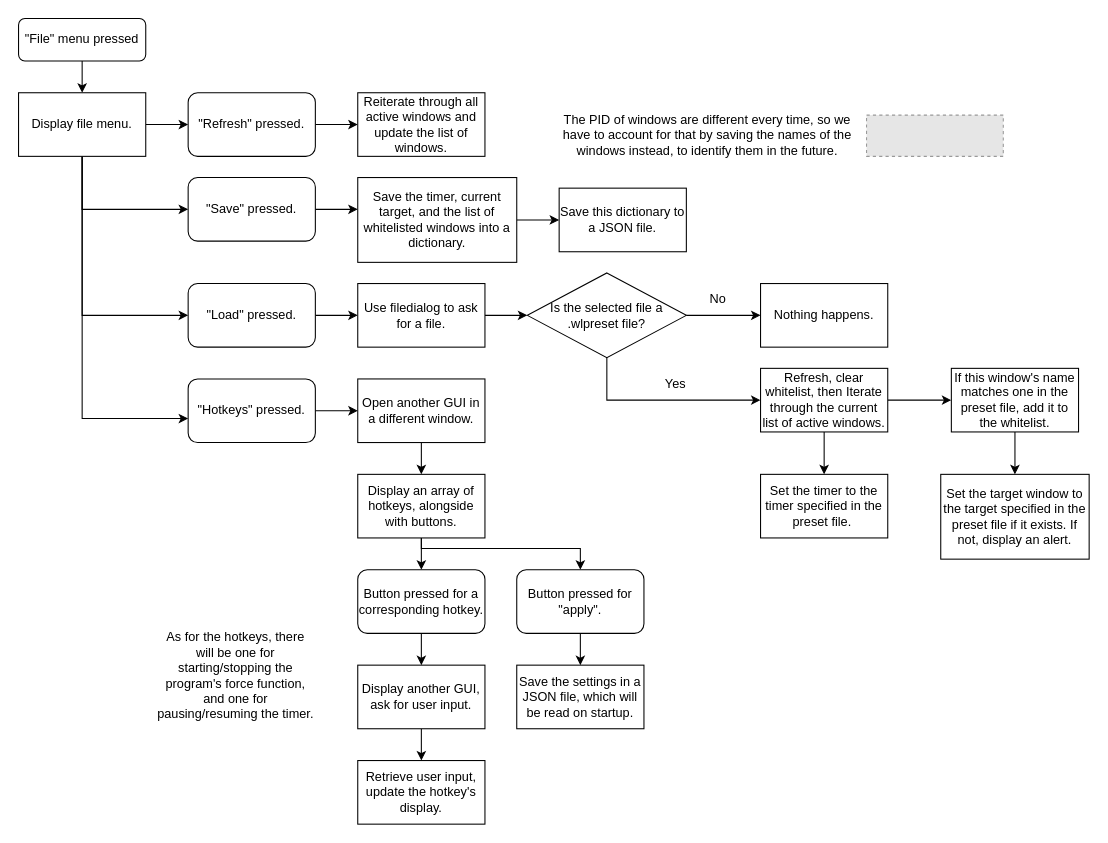
The draw.io diagram 91906-907 Flowchart Iteration 3.drawio in OveralZ/AS916-907, before the edit. Source tidied: cells renumbered, new cells numbered last; positions are measured from the earlier drawing's top-left corner, leaving out a move shared by most shapes. Both pictures are drawn from the tidied source at 106%, with x=0, y=0 at pixel (18, 18). Pictures stored in the file or linked from it are replaced by grey dashed boxes.
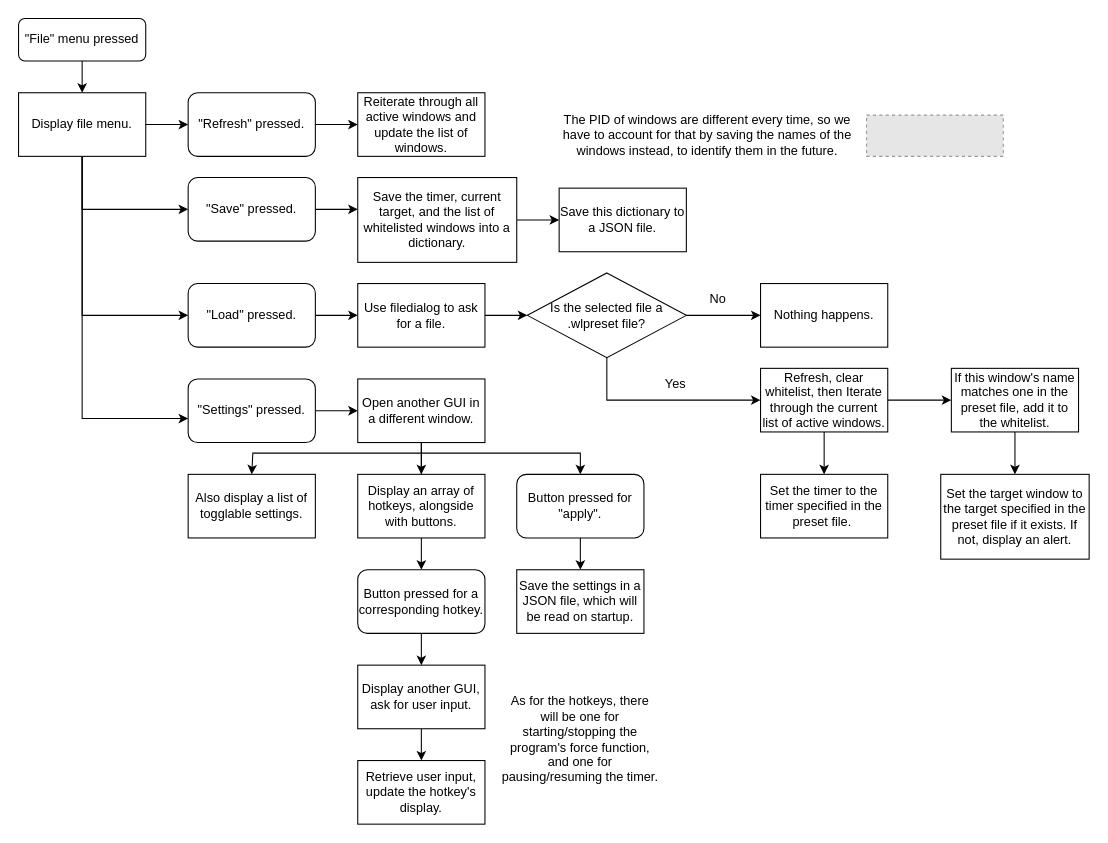
Above is the later version.

Unchanged cells that the change refers to:
```xml
<mxCell id="39" value="Open another GUI in a different window." style="rounded=0;whiteSpace=wrap;html=1;" parent="1" vertex="1">
  <mxGeometry x="320" y="340" width="120" height="60" as="geometry" />
</mxCell>
<mxCell id="42" value="Display an array of hotkeys, alongside with buttons." style="whiteSpace=wrap;html=1;rounded=0;" parent="1" vertex="1">
  <mxGeometry x="320" y="430" width="120" height="60" as="geometry" />
</mxCell>
```

Change to the diagram source:
```diff
@@
-    <mxCell id="37" value="&quot;Hotkeys&quot; pressed." style="rounded=1;whiteSpace=wrap;html=1;" parent="1" vertex="1">
+    <mxCell id="37" value="&quot;Settings&quot; pressed." style="rounded=1;whiteSpace=wrap;html=1;" parent="1" vertex="1">
       <mxGeometry x="160" y="340" width="120" height="60" as="geometry" />
     </mxCell>
@@
+    <mxCell id="52" style="edgeStyle=orthogonalEdgeStyle;rounded=0;jettySize=auto;html=1;exitX=0.5;exitY=1;exitDx=0;exitDy=0;" parent="1" edge="1" source="39">
+      <mxGeometry relative="1" as="geometry">
+        <mxPoint x="220" y="430" as="targetPoint" />
+        <Array as="points">
+          <mxPoint x="380" y="410" />
+          <mxPoint x="221" y="410" />
+        </Array>
+      </mxGeometry>
+    </mxCell>
@@
     <mxCell id="41" style="edgeStyle=orthogonalEdgeStyle;rounded=0;jettySize=auto;html=1;exitX=0.5;exitY=1;exitDx=0;exitDy=0;entryX=0.5;entryY=0;entryDx=0;entryDy=0;" parent="1" edge="1" source="42" target="49">
       <mxGeometry relative="1" as="geometry">
         <Array as="points">
-          <mxPoint x="380" y="500" />
-          <mxPoint x="530" y="500" />
+          <mxPoint x="380" y="410" />
+          <mxPoint x="530" y="410" />
         </Array>
       </mxGeometry>
     </mxCell>
@@
     <mxCell id="49" value="Button pressed for &quot;apply&quot;." style="rounded=1;whiteSpace=wrap;html=1;" parent="1" vertex="1">
-      <mxGeometry x="470" y="520" width="120" height="60" as="geometry" />
+      <mxGeometry x="470" y="430" width="120" height="60" as="geometry" />
     </mxCell>
     <mxCell id="50" value="Save the settings in a JSON file, which will be read on startup." style="rounded=0;whiteSpace=wrap;html=1;" parent="1" vertex="1">
-      <mxGeometry x="470" y="610" width="120" height="60" as="geometry" />
+      <mxGeometry x="470" y="520" width="120" height="60" as="geometry" />
     </mxCell>
     <mxCell id="51" value="As for the hotkeys, there will be one for starting/stopping the program's force function, and one for pausing/resuming the timer." style="text;html=1;strokeColor=none;fillColor=none;align=center;verticalAlign=middle;whiteSpace=wrap;rounded=0;" parent="1" vertex="1">
-      <mxGeometry x="130" y="540" width="150" height="160" as="geometry" />
+      <mxGeometry x="455" y="600" width="150" height="160" as="geometry" />
     </mxCell>
+    <mxCell id="53" value="Also display a list of togglable settings." style="rounded=0;whiteSpace=wrap;html=1;" parent="1" vertex="1">
+      <mxGeometry x="160" y="430" width="120" height="60" as="geometry" />
+    </mxCell>
```
